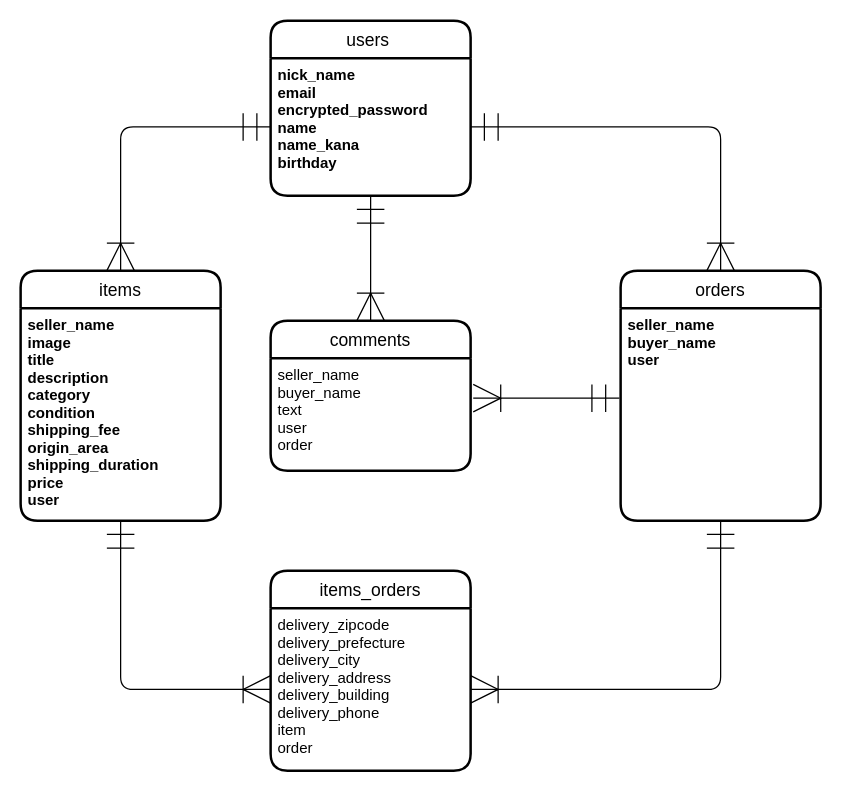
Earlier version of the draw.io diagram ER図.dio (masanaga225150/furima-.39448). Source tidied: cells renumbered, new cells numbered last; positions are measured from the earlier drawing's top-left corner, leaving out a move shared by most shapes. Both pictures are drawn from the tidied source at 125%, with x=0, y=0 at pixel (20, 20).
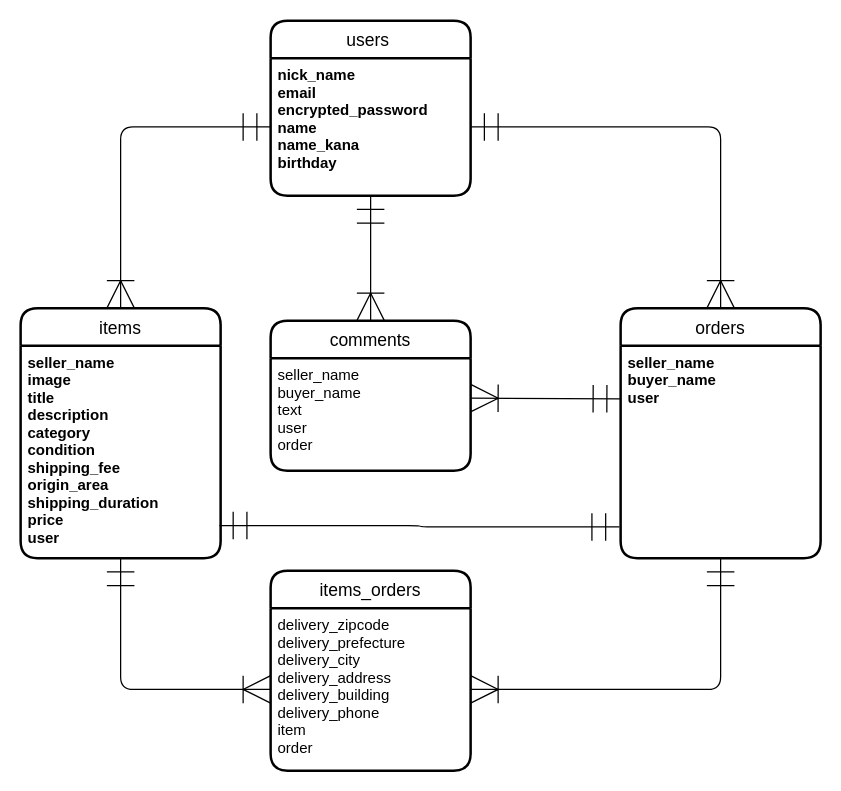
The same page after the edit.

The change refers to these unchanged cells:
```xml
<mxCell id="5" value="seller_name&#10;image&#10;title&#10;description&#10;category&#10;condition&#10;shipping_fee&#10;origin_area&#10;shipping_duration&#10;price&#10;user" style="align=left;strokeColor=none;fillColor=none;spacingLeft=4;fontSize=12;verticalAlign=top;fontStyle=1;" parent="4" vertex="1">
  <mxGeometry y="30" width="160" height="170" as="geometry" />
</mxCell>
<mxCell id="7" value="seller_name&#10;buyer_name&#10;user&#10;" style="align=left;strokeColor=none;fillColor=none;spacingLeft=4;fontSize=12;verticalAlign=top;fontStyle=1;" parent="6" vertex="1">
  <mxGeometry y="30" width="160" height="170" as="geometry" />
</mxCell>
<mxCell id="15" value="seller_name&#10;buyer_name&#10;text&#10;user&#10;order&#10;" style="align=left;strokeColor=none;fillColor=none;spacingLeft=4;fontSize=12;verticalAlign=top;" parent="14" vertex="1">
  <mxGeometry y="30" width="160" height="90" as="geometry" />
</mxCell>
```

Change to the diagram source:
```diff
@@
     <mxCell id="4" value="items" style="swimlane;horizontal=1;startSize=30;rounded=1;fontSize=14;fontStyle=0;strokeWidth=2;shadow=0;dashed=0;align=center;" parent="1" vertex="1">
-      <mxGeometry y="200" width="160" height="200" as="geometry" />
+      <mxGeometry y="230" width="160" height="200" as="geometry" />
     </mxCell>
@@
     <mxCell id="6" value="orders" style="swimlane;horizontal=1;startSize=30;rounded=1;fontSize=14;fontStyle=0;strokeWidth=2;shadow=0;dashed=0;align=center;" parent="1" vertex="1">
-      <mxGeometry x="480" y="200" width="160" height="200" as="geometry" />
+      <mxGeometry x="480" y="230" width="160" height="200" as="geometry" />
     </mxCell>
@@
-    <mxCell id="17" style="edgeStyle=orthogonalEdgeStyle;fontSize=12;html=1;endArrow=ERmandOne;startArrow=ERoneToMany;entryX=-0.006;entryY=0.424;entryDx=0;entryDy=0;startSize=20;endSize=20;entryPerimeter=0;exitX=1.013;exitY=0.356;exitDx=0;exitDy=0;exitPerimeter=0;startFill=0;endFill=0;" parent="1" edge="1" source="15" target="7">
-      <mxGeometry relative="1" as="geometry" />
+    <mxCell id="17" style="edgeStyle=orthogonalEdgeStyle;fontSize=12;html=1;endArrow=ERmandOne;startArrow=ERoneToMany;entryX=0;entryY=0.25;entryDx=0;entryDy=0;startSize=20;endSize=20;startFill=0;endFill=0;" parent="1" edge="1" target="7">
+      <mxGeometry relative="1" as="geometry">
+        <mxPoint x="360" y="302" as="sourcePoint" />
+      </mxGeometry>
     </mxCell>
+    <mxCell id="18" style="edgeStyle=orthogonalEdgeStyle;fontSize=12;html=1;endArrow=ERmandOne;startArrow=ERmandOne;entryX=-0.006;entryY=0.853;entryDx=0;entryDy=0;startSize=20;endSize=20;entryPerimeter=0;exitX=0.994;exitY=0.847;exitDx=0;exitDy=0;exitPerimeter=0;startFill=0;endFill=0;" parent="1" edge="1" source="5" target="7">
+      <mxGeometry relative="1" as="geometry" />
+    </mxCell>
```
